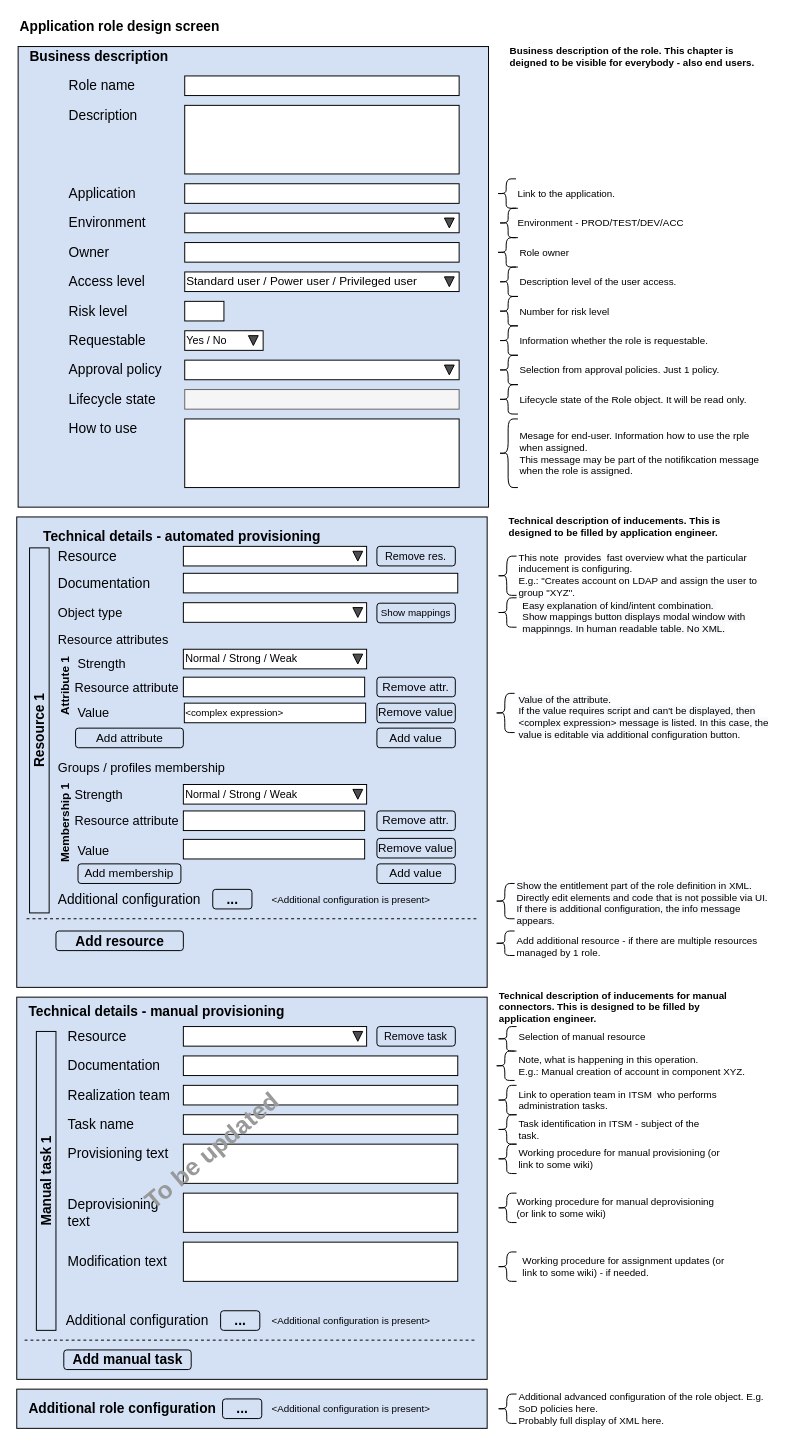
The draw.io diagram page "app-role-design" (6 of 10) of midpoint/devel/iga/iga-schemas.drawio in Evolveum/docs, before the edit. Source tidied: cells renumbered, new cells numbered last; positions are measured from the earlier drawing's top-left corner, leaving out a move shared by most shapes. Both pictures are drawn from the tidied source at 98%, with x=0, y=0 at pixel (-144, 17).
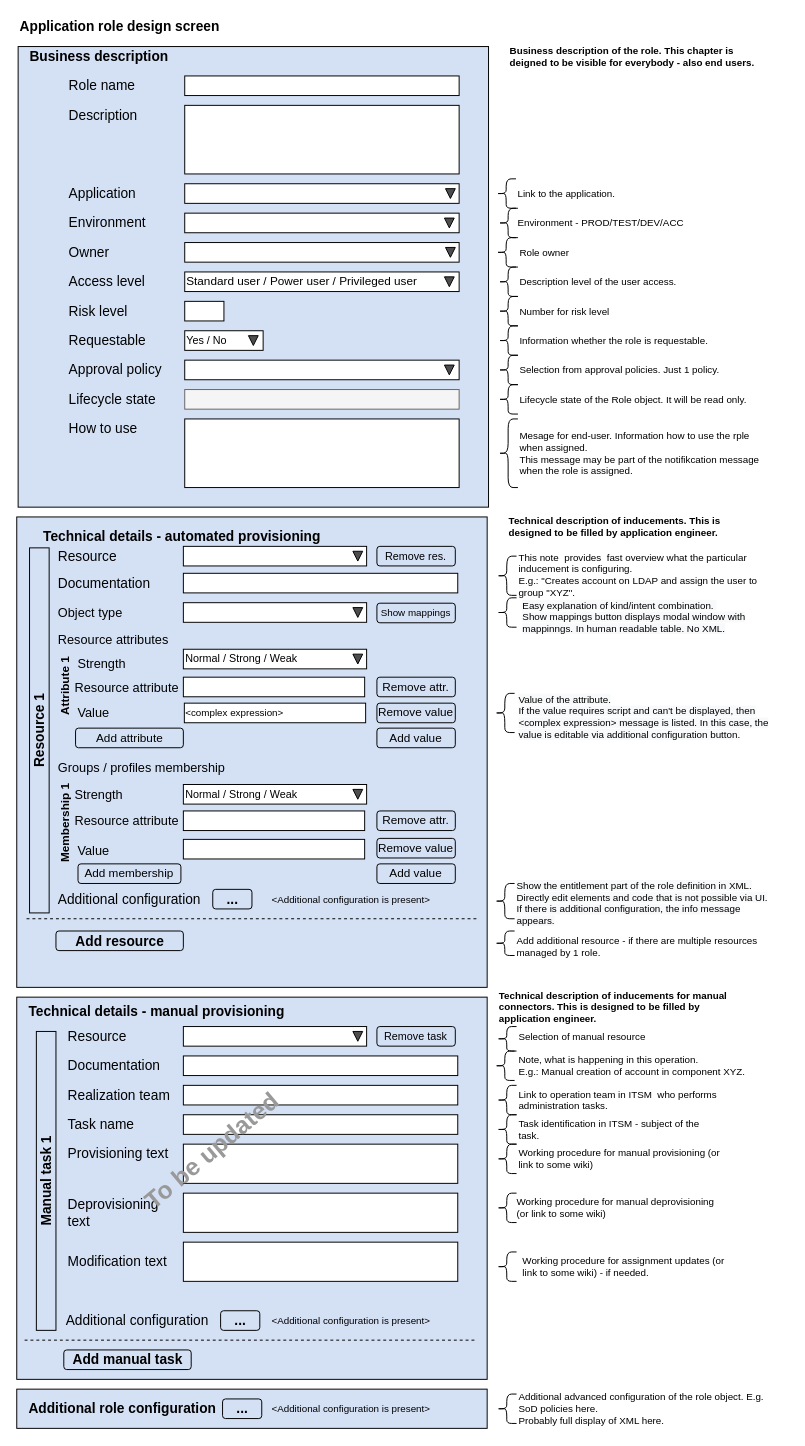
After the change.

Diff of the diagram source:
```diff
@@
+    <mxCell id="162" style="triangle;whiteSpace=wrap;html=1;fontSize=14;rotation=90;fillColor=#4D4D4D;" parent="1" vertex="1">
+      <mxGeometry x="601.1" y="175" width="10" height="10" as="geometry" />
+    </mxCell>
+    <mxCell id="163" style="triangle;whiteSpace=wrap;html=1;fontSize=14;rotation=90;fillColor=#4D4D4D;" parent="1" vertex="1">
+      <mxGeometry x="601.1" y="235" width="10" height="10" as="geometry" />
+    </mxCell>
```
